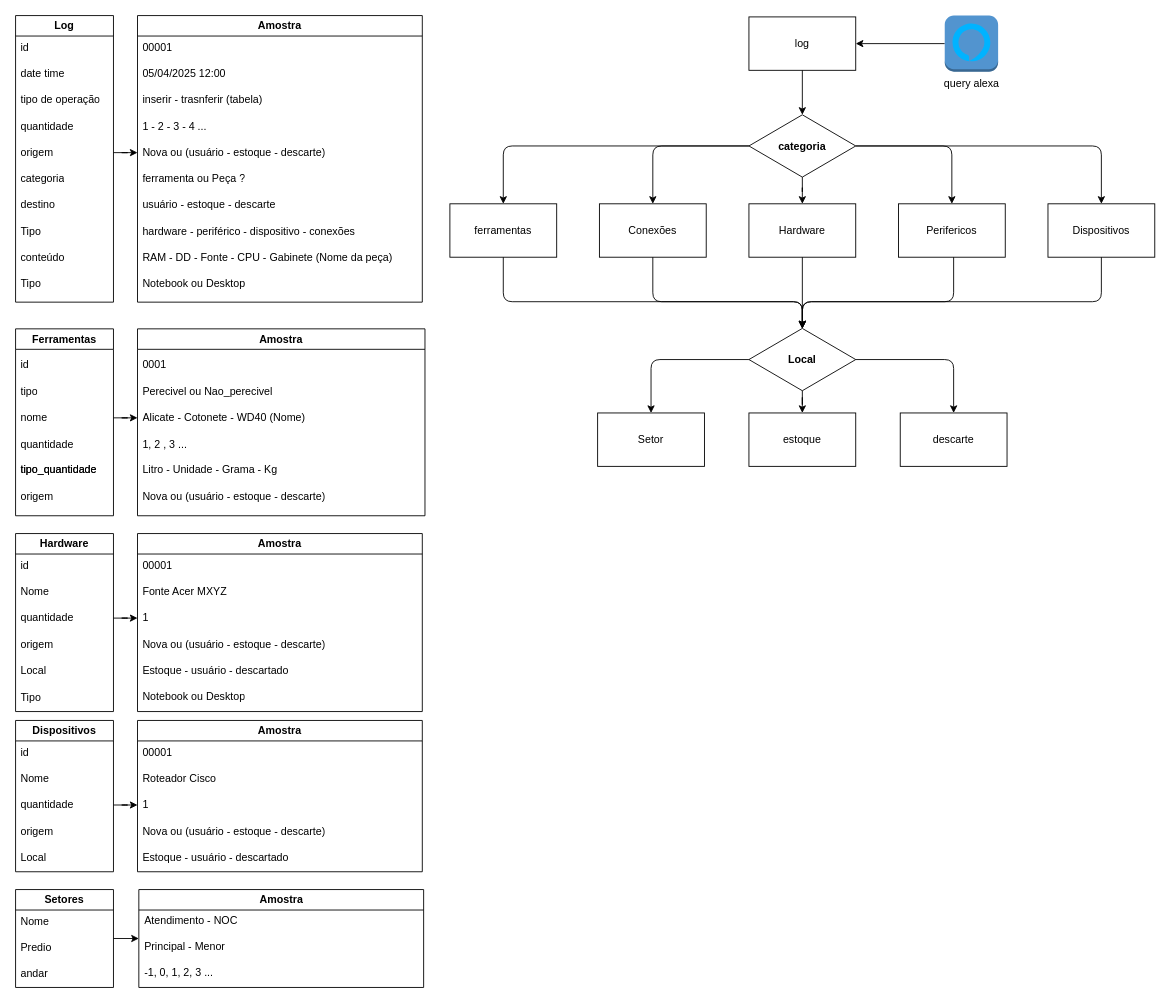
Earlier version of the draw.io diagram page "Página-2" (2 of 2) of alexa_skill/docs/arquitetura.drawio (morteerror404/CMDB). Source tidied: cells renumbered, new cells numbered last; positions are measured from the earlier drawing's top-left corner, leaving out a move shared by most shapes. Both pictures are drawn from the tidied source at 89%, with x=0, y=0 at pixel (15, 15).
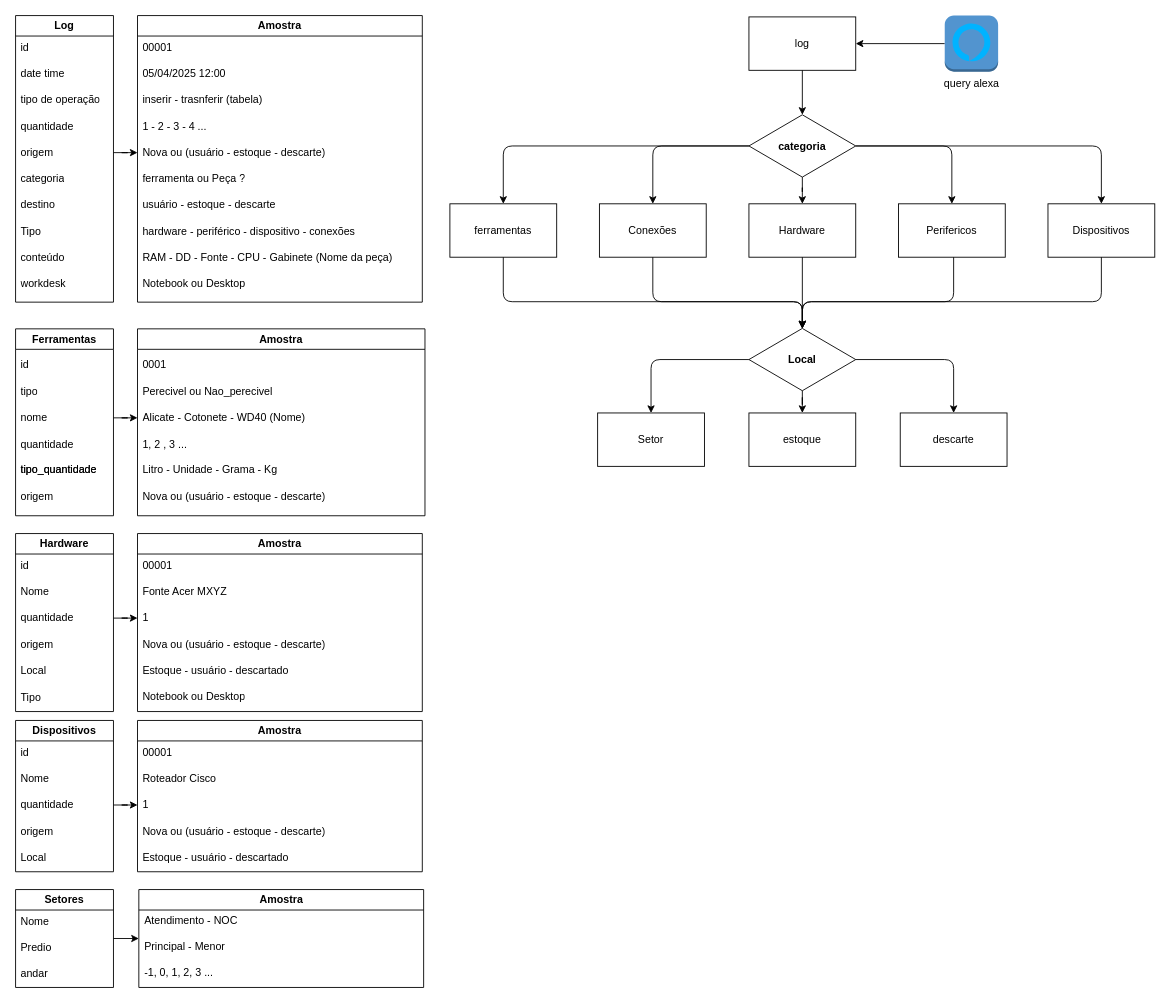
The same diagram, later.

The change refers to these unchanged cells:
```xml
<mxCell id="19" value="Log" style="swimlane;whiteSpace=wrap;html=1;" parent="1" vertex="1">
  <mxGeometry width="110" height="322" as="geometry" />
</mxCell>
```

What changed in the source:
```diff
@@
-    <mxCell id="29" value="Tipo" style="text;strokeColor=none;fillColor=none;align=left;verticalAlign=middle;spacingLeft=4;spacingRight=4;overflow=hidden;whiteSpace=wrap;html=1;" parent="19" vertex="1">
+    <mxCell id="29" value="workdesk" style="text;strokeColor=none;fillColor=none;align=left;verticalAlign=middle;spacingLeft=4;spacingRight=4;overflow=hidden;whiteSpace=wrap;html=1;" parent="19" vertex="1">
       <mxGeometry y="287" width="110" height="30" as="geometry" />
     </mxCell>
```
